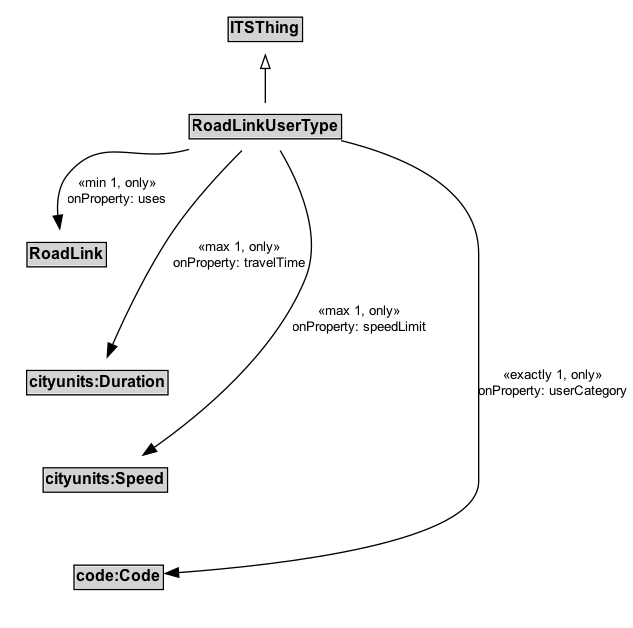
Before: docs/diagrams/RoadLinkUserType.png, a diagram exported from Graphviz (k-vaughn/5087). Its source is kept beside it as docs/diagrams/RoadLinkUserType.dot.
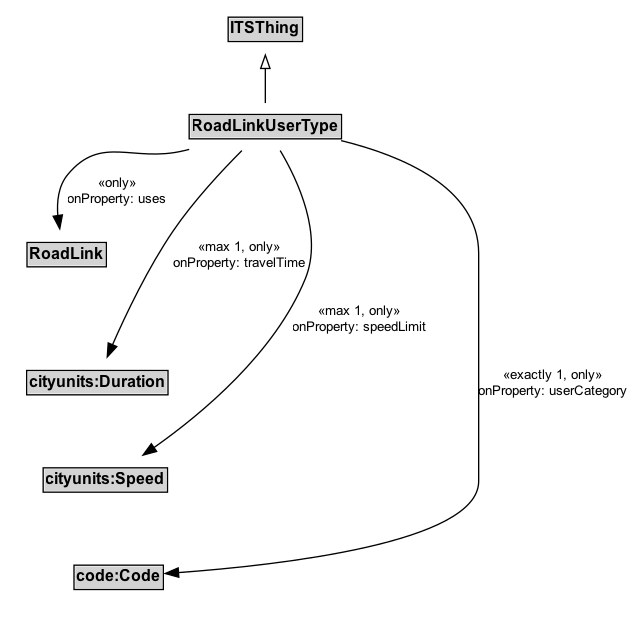
The same diagram one commit later.

The edit, as a diff of the source:
```diff
@@ -24,5 +24,5 @@
 	RoadLinkUserType -> cityunits_Speed [label="«max 1, only»\nonProperty: speedLimit" arrowhead=normal style=solid]
 	RoadLinkUserType -> cityunits_Duration [label="«max 1, only»\nonProperty: travelTime" arrowhead=normal style=solid]
 	RoadLinkUserType -> code_Code [label="«exactly 1, only»\nonProperty: userCategory" arrowhead=normal style=solid]
-	RoadLinkUserType -> RoadLink [label="«min 1, only»\nonProperty: uses" arrowhead=normal style=solid]
+	RoadLinkUserType -> RoadLink [label="«only»\nonProperty: uses" arrowhead=normal style=solid]
 }
```
